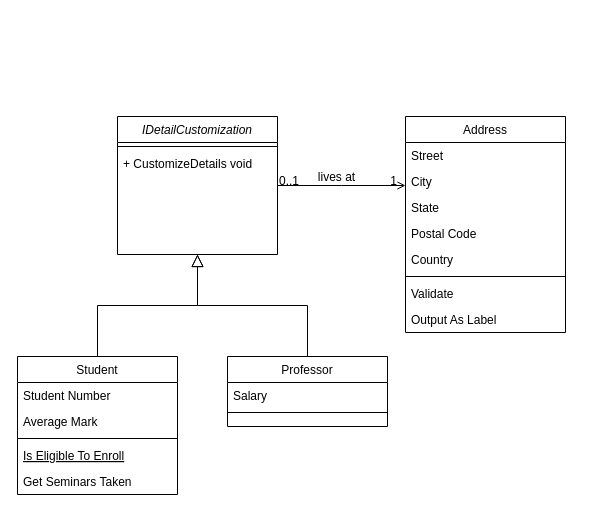
hhw-cainiao/draw keeps this draw.io diagram as UE编辑器样条组件类图.drawio. Above is the earlier version. Source tidied: cells renumbered, new cells numbered last; positions are measured from the earlier drawing's top-left corner, leaving out a move shared by most shapes. Both pictures are drawn from the tidied source at 100%, with x=0, y=0 at pixel (17, 116).
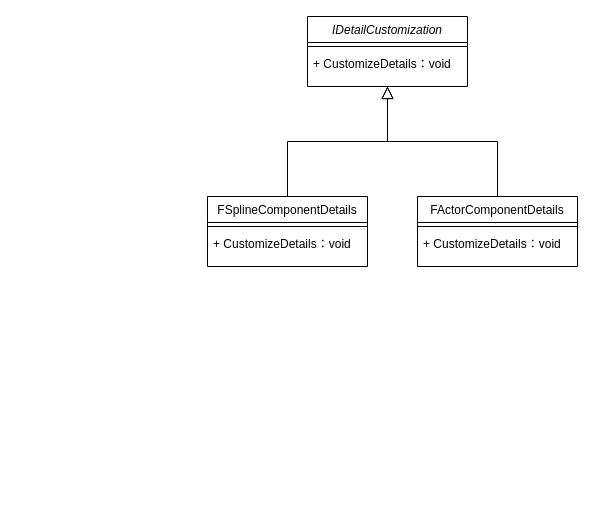
The same page after the edit.

Commit message (it also covers changes not shown here):
更新UE编辑器样条组件类图.drawio

Diff of the diagram source:
```diff
@@
     <mxCell id="2" value="IDetailCustomization" style="swimlane;fontStyle=2;align=center;verticalAlign=top;horizontal=1;startSize=26;rounded=0;shadow=0;strokeWidth=1;" parent="1" vertex="1">
-      <mxGeometry x="100" width="160" height="138" as="geometry" />
+      <mxGeometry x="290" y="-100" width="160" height="70" as="geometry" />
     </mxCell>
@@
-    <mxCell id="4" value="+ CustomizeDetails void" style="text;align=left;verticalAlign=top;spacingLeft=4;spacingRight=4;overflow=hidden;" parent="2" vertex="1">
+    <mxCell id="4" value="+ CustomizeDetails：void" style="text;align=left;verticalAlign=top;spacingLeft=4;spacingRight=4;overflow=hidden;" parent="2" vertex="1">
       <mxGeometry y="34" width="160" height="26" as="geometry" />
     </mxCell>
-    <mxCell id="5" value="Student" style="swimlane;fontStyle=0;align=center;verticalAlign=top;horizontal=1;startSize=26;rounded=0;shadow=0;strokeWidth=1;" parent="1" vertex="1">
-      <mxGeometry y="240" width="160" height="138" as="geometry" />
-    </mxCell>
-    <mxCell id="6" value="Student Number" style="text;align=left;verticalAlign=top;spacingLeft=4;spacingRight=4;overflow=hidden;" parent="5" vertex="1">
-      <mxGeometry y="26" width="160" height="26" as="geometry" />
-    </mxCell>
-    <mxCell id="7" value="Average Mark" style="text;align=left;verticalAlign=top;spacingLeft=4;spacingRight=4;overflow=hidden;rounded=0;shadow=0;html=0;" parent="5" vertex="1">
-      <mxGeometry y="52" width="160" height="26" as="geometry" />
-    </mxCell>
-    <mxCell id="8" style="line;html=1;strokeWidth=1;align=left;verticalAlign=middle;spacingTop=-1;spacingLeft=3;spacingRight=3;labelPosition=right;" parent="5" vertex="1">
-      <mxGeometry y="78" width="160" height="8" as="geometry" />
-    </mxCell>
-    <mxCell id="9" value="Is Eligible To Enroll" style="text;align=left;verticalAlign=top;spacingLeft=4;spacingRight=4;overflow=hidden;fontStyle=4;" parent="5" vertex="1">
-      <mxGeometry y="86" width="160" height="26" as="geometry" />
-    </mxCell>
-    <mxCell id="10" value="Get Seminars Taken" style="text;align=left;verticalAlign=top;spacingLeft=4;spacingRight=4;overflow=hidden;" parent="5" vertex="1">
-      <mxGeometry y="112" width="160" height="26" as="geometry" />
-    </mxCell>
-    <mxCell id="11" style="endArrow=block;endSize=10;endFill=0;shadow=0;strokeWidth=1;rounded=0;curved=0;edgeStyle=elbowEdgeStyle;elbow=vertical;" parent="1" edge="1" source="5" target="2">
+    <mxCell id="11" style="endArrow=block;endSize=10;endFill=0;shadow=0;strokeWidth=1;rounded=0;curved=0;edgeStyle=elbowEdgeStyle;elbow=vertical;exitX=0.5;exitY=0;exitDx=0;exitDy=0;" parent="1" edge="1" source="30" target="2">
       <mxGeometry relative="1" as="geometry" />
     </mxCell>
-    <mxCell id="12" value="Professor" style="swimlane;fontStyle=0;align=center;verticalAlign=top;horizontal=1;startSize=26;rounded=0;shadow=0;strokeWidth=1;" parent="1" vertex="1">
-      <mxGeometry x="210" y="240" width="160" height="70" as="geometry" />
+    <mxCell id="12" value="FActorComponentDetails" style="swimlane;fontStyle=0;align=center;verticalAlign=top;horizontal=1;startSize=26;rounded=0;shadow=0;strokeWidth=1;" parent="1" vertex="1">
+      <mxGeometry x="400" y="80" width="160" height="70" as="geometry" />
     </mxCell>
-    <mxCell id="13" value="Salary" style="text;align=left;verticalAlign=top;spacingLeft=4;spacingRight=4;overflow=hidden;" parent="12" vertex="1">
-      <mxGeometry y="26" width="160" height="26" as="geometry" />
-    </mxCell>
     <mxCell id="14" style="line;html=1;strokeWidth=1;align=left;verticalAlign=middle;spacingTop=-1;spacingLeft=3;spacingRight=3;labelPosition=right;" parent="12" vertex="1">
-      <mxGeometry y="52" width="160" height="8" as="geometry" />
+      <mxGeometry y="26" width="160" height="8" as="geometry" />
     </mxCell>
+    <mxCell id="29" value="+ CustomizeDetails：void" style="text;align=left;verticalAlign=top;spacingLeft=4;spacingRight=4;overflow=hidden;" parent="12" vertex="1">
+      <mxGeometry y="34" width="160" height="26" as="geometry" />
+    </mxCell>
@@
-    <mxCell id="16" value="Address" style="swimlane;fontStyle=0;align=center;verticalAlign=top;horizontal=1;startSize=26;rounded=0;shadow=0;strokeWidth=1;" parent="1" vertex="1">
-      <mxGeometry x="388" width="160" height="216" as="geometry" />
-    </mxCell>
-    <mxCell id="17" value="Street" style="text;align=left;verticalAlign=top;spacingLeft=4;spacingRight=4;overflow=hidden;" parent="16" vertex="1">
-      <mxGeometry y="26" width="160" height="26" as="geometry" />
-    </mxCell>
-    <mxCell id="18" value="City" style="text;align=left;verticalAlign=top;spacingLeft=4;spacingRight=4;overflow=hidden;rounded=0;shadow=0;html=0;" parent="16" vertex="1">
-      <mxGeometry y="52" width="160" height="26" as="geometry" />
-    </mxCell>
-    <mxCell id="19" value="State" style="text;align=left;verticalAlign=top;spacingLeft=4;spacingRight=4;overflow=hidden;rounded=0;shadow=0;html=0;" parent="16" vertex="1">
-      <mxGeometry y="78" width="160" height="26" as="geometry" />
-    </mxCell>
-    <mxCell id="20" value="Postal Code" style="text;align=left;verticalAlign=top;spacingLeft=4;spacingRight=4;overflow=hidden;rounded=0;shadow=0;html=0;" parent="16" vertex="1">
-      <mxGeometry y="104" width="160" height="26" as="geometry" />
-    </mxCell>
-    <mxCell id="21" value="Country" style="text;align=left;verticalAlign=top;spacingLeft=4;spacingRight=4;overflow=hidden;rounded=0;shadow=0;html=0;" parent="16" vertex="1">
-      <mxGeometry y="130" width="160" height="26" as="geometry" />
-    </mxCell>
-    <mxCell id="22" style="line;html=1;strokeWidth=1;align=left;verticalAlign=middle;spacingTop=-1;spacingLeft=3;spacingRight=3;labelPosition=right;" parent="16" vertex="1">
-      <mxGeometry y="156" width="160" height="8" as="geometry" />
-    </mxCell>
-    <mxCell id="23" value="Validate" style="text;align=left;verticalAlign=top;spacingLeft=4;spacingRight=4;overflow=hidden;" parent="16" vertex="1">
-      <mxGeometry y="164" width="160" height="26" as="geometry" />
-    </mxCell>
-    <mxCell id="24" value="Output As Label" style="text;align=left;verticalAlign=top;spacingLeft=4;spacingRight=4;overflow=hidden;" parent="16" vertex="1">
-      <mxGeometry y="190" width="160" height="26" as="geometry" />
-    </mxCell>
-    <mxCell id="25" style="endArrow=open;shadow=0;strokeWidth=1;rounded=0;curved=0;endFill=1;edgeStyle=elbowEdgeStyle;elbow=vertical;" parent="1" edge="1" source="2" target="16">
-      <mxGeometry x="0.5" y="41" relative="1" as="geometry">
-        <mxPoint x="-40" y="32" as="offset" />
-      </mxGeometry>
-    </mxCell>
-    <mxCell id="26" value="0..1" style="align=left;verticalAlign=bottom;labelBackgroundColor=none;fontSize=12;" parent="25" vertex="1">
-      <mxGeometry x="-1" relative="1" as="geometry">
-        <mxPoint y="4" as="offset" />
-      </mxGeometry>
-    </mxCell>
-    <mxCell id="27" value="1" style="align=right;verticalAlign=bottom;labelBackgroundColor=none;fontSize=12;" parent="25" vertex="1">
-      <mxGeometry x="1" relative="1" as="geometry">
-        <mxPoint x="-7" y="4" as="offset" />
-      </mxGeometry>
-    </mxCell>
-    <mxCell id="28" value="lives at" style="text;html=1;align=center;verticalAlign=middle;labelBackgroundColor=none;rounded=0;shadow=0;strokeWidth=1;fontSize=12;" parent="25" vertex="1">
-      <mxGeometry x="0.5" y="49" relative="1" as="geometry">
-        <mxPoint x="-38" y="40" as="offset" />
-      </mxGeometry>
-    </mxCell>
+    <mxCell id="30" value="FSplineComponentDetails" style="swimlane;fontStyle=0;align=center;verticalAlign=top;horizontal=1;startSize=26;rounded=0;shadow=0;strokeWidth=1;" parent="1" vertex="1">
+      <mxGeometry x="190" y="80" width="160" height="70" as="geometry" />
+    </mxCell>
+    <mxCell id="31" style="line;html=1;strokeWidth=1;align=left;verticalAlign=middle;spacingTop=-1;spacingLeft=3;spacingRight=3;labelPosition=right;" parent="30" vertex="1">
+      <mxGeometry y="26" width="160" height="8" as="geometry" />
+    </mxCell>
+    <mxCell id="32" value="+ CustomizeDetails：void" style="text;align=left;verticalAlign=top;spacingLeft=4;spacingRight=4;overflow=hidden;" parent="30" vertex="1">
+      <mxGeometry y="34" width="160" height="26" as="geometry" />
+    </mxCell>
```
